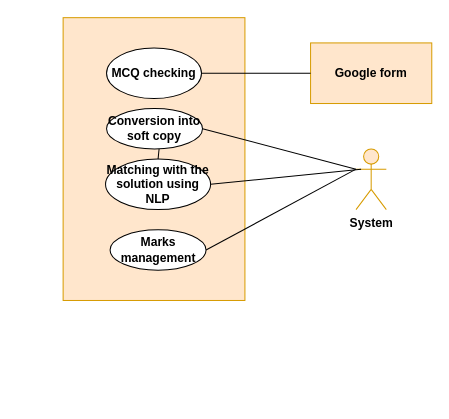
Earlier version of the draw.io diagram page "UC level 1.4.1" (7 of 21) of Diagrams.drawio (shirrsho/E-shcool). Source tidied: cells renumbered, new cells numbered last; positions are measured from the earlier drawing's top-left corner, leaving out a move shared by most shapes. Both pictures are drawn from the tidied source at 101%, with x=0, y=0 at pixel (63, 17).
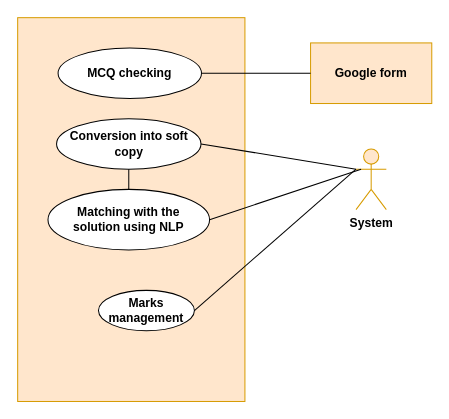
The same diagram, later.

Change to the diagram source:
```diff
@@
 <mxGraphModel>
   <root>
     <mxCell id="0" />
     <mxCell id="1" parent="0" />
     <mxCell id="2" style="rounded=0;whiteSpace=wrap;html=1;fillColor=#ffe6cc;strokeColor=#d79b00;fontStyle=1;" parent="1" vertex="1">
-      <mxGeometry width="180" height="280" as="geometry" />
+      <mxGeometry x="-45" width="225" height="380" as="geometry" />
     </mxCell>
     <mxCell id="3" value="Conversion into soft copy" style="ellipse;whiteSpace=wrap;html=1;fontStyle=1;" parent="1" vertex="1">
-      <mxGeometry x="43" y="90" width="95" height="40" as="geometry" />
+      <mxGeometry x="-6.5" y="100" width="143" height="50" as="geometry" />
     </mxCell>
-    <mxCell id="4" value="Matching with the solution using NLP" style="ellipse;whiteSpace=wrap;html=1;fontStyle=1;" parent="1" vertex="1">
-      <mxGeometry x="42" y="140" width="104" height="50" as="geometry" />
+    <mxCell id="4" value="Matching with the &lt;br&gt;solution using NLP" style="ellipse;whiteSpace=wrap;html=1;fontStyle=1;" parent="1" vertex="1">
+      <mxGeometry x="-15" y="170" width="160" height="60" as="geometry" />
     </mxCell>
     <mxCell id="5" value="MCQ checking" style="ellipse;whiteSpace=wrap;html=1;fontStyle=1;" parent="1" vertex="1">
-      <mxGeometry x="43" y="30" width="94" height="50" as="geometry" />
+      <mxGeometry x="-5" y="30" width="142" height="50" as="geometry" />
     </mxCell>
     <mxCell id="6" value="Marks management" style="ellipse;whiteSpace=wrap;html=1;fontStyle=1;" parent="1" vertex="1">
-      <mxGeometry x="46.5" y="210" width="95" height="40" as="geometry" />
+      <mxGeometry x="35" y="270" width="95" height="40" as="geometry" />
     </mxCell>
     <mxCell id="7" value="System" style="shape=umlActor;verticalLabelPosition=bottom;verticalAlign=top;html=1;outlineConnect=0;fillColor=#ffe6cc;strokeColor=#d79b00;fontStyle=1;" parent="1" vertex="1">
       <mxGeometry x="290" y="130" width="30" height="60" as="geometry" />
     </mxCell>
     <mxCell id="8" style="endArrow=none;html=1;rounded=0;entryX=0;entryY=0.3333333333333333;entryDx=0;entryDy=0;entryPerimeter=0;exitX=1;exitY=0.5;exitDx=0;exitDy=0;fontStyle=1;" parent="1" edge="1" source="3" target="7">
       <mxGeometry relative="1" as="geometry" />
     </mxCell>
     <mxCell id="9" style="endArrow=none;html=1;rounded=0;exitX=1;exitY=0.5;exitDx=0;exitDy=0;fontStyle=1;" parent="1" edge="1" source="4">
       <mxGeometry relative="1" as="geometry">
         <mxPoint x="295" y="150" as="targetPoint" />
       </mxGeometry>
     </mxCell>
     <mxCell id="10" style="endArrow=none;html=1;rounded=0;exitX=1;exitY=0.5;exitDx=0;exitDy=0;entryX=0;entryY=0.3333333333333333;entryDx=0;entryDy=0;entryPerimeter=0;fontStyle=1;" parent="1" edge="1" source="6" target="7">
       <mxGeometry relative="1" as="geometry" />
     </mxCell>
-    <mxCell id="11" style="endArrow=none;html=1;rounded=0;exitX=0.5;exitY=0;exitDx=0;exitDy=0;fontStyle=1;" parent="1" edge="1" source="4">
-      <mxGeometry relative="1" as="geometry">
-        <mxPoint x="95" y="130" as="targetPoint" />
-      </mxGeometry>
+    <mxCell id="11" style="endArrow=none;html=1;rounded=0;exitX=0.5;exitY=0;exitDx=0;exitDy=0;fontStyle=1;entryX=0.5;entryY=1;entryDx=0;entryDy=0;" parent="1" edge="1" source="4" target="3">
+      <mxGeometry relative="1" as="geometry" />
     </mxCell>
     <mxCell id="12" value="Google form" style="rounded=0;whiteSpace=wrap;html=1;fillColor=#ffe6cc;strokeColor=#d79b00;fontStyle=1;" parent="1" vertex="1">
       <mxGeometry x="245" y="25" width="120" height="60" as="geometry" />
     </mxCell>
     <mxCell id="13" style="endArrow=none;html=1;rounded=0;entryX=0;entryY=0.5;entryDx=0;entryDy=0;exitX=1;exitY=0.5;exitDx=0;exitDy=0;fontStyle=1;" parent="1" edge="1" source="5" target="12">
       <mxGeometry relative="1" as="geometry" />
     </mxCell>
   </root>
 </mxGraphModel>
```
